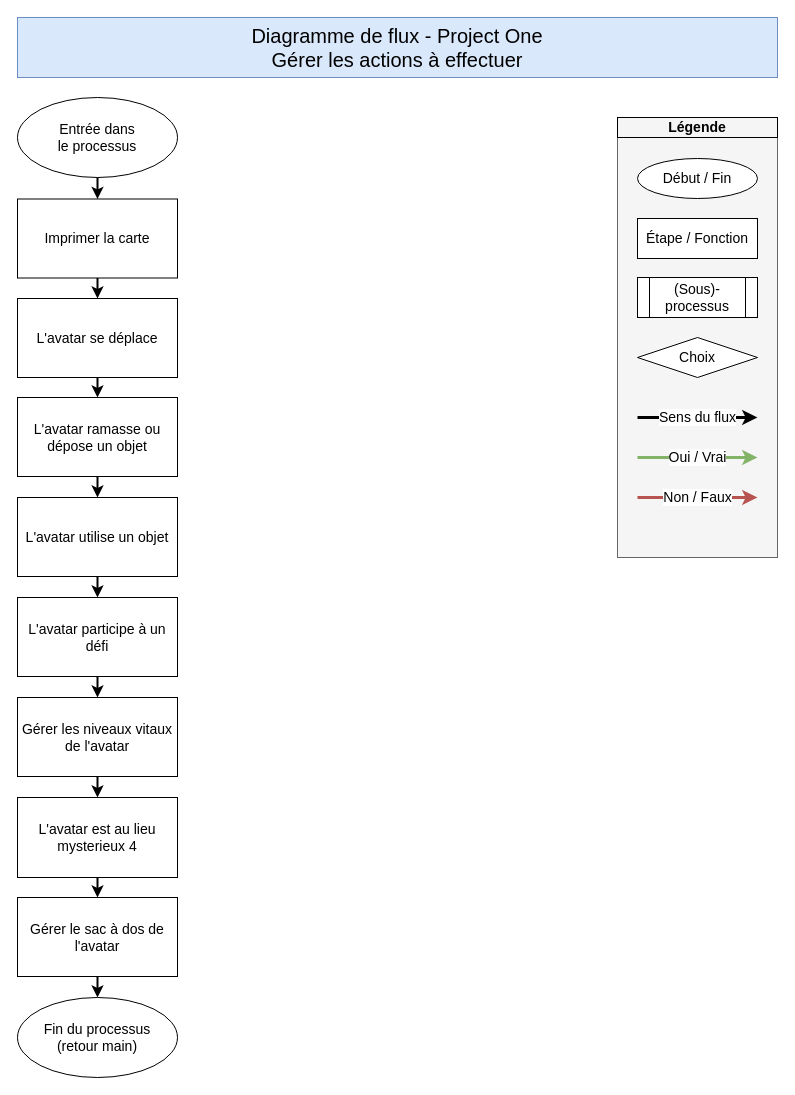
Above: page "game" (3 of 4) of project_one_.drawio in Aurelia61/project_one (draw.io), before the change. Source tidied: cells renumbered, new cells numbered last; positions are measured from the earlier drawing's top-left corner, leaving out a move shared by most shapes. Both pictures are drawn from the tidied source at 100%, with x=0, y=0 at pixel (17, 17).
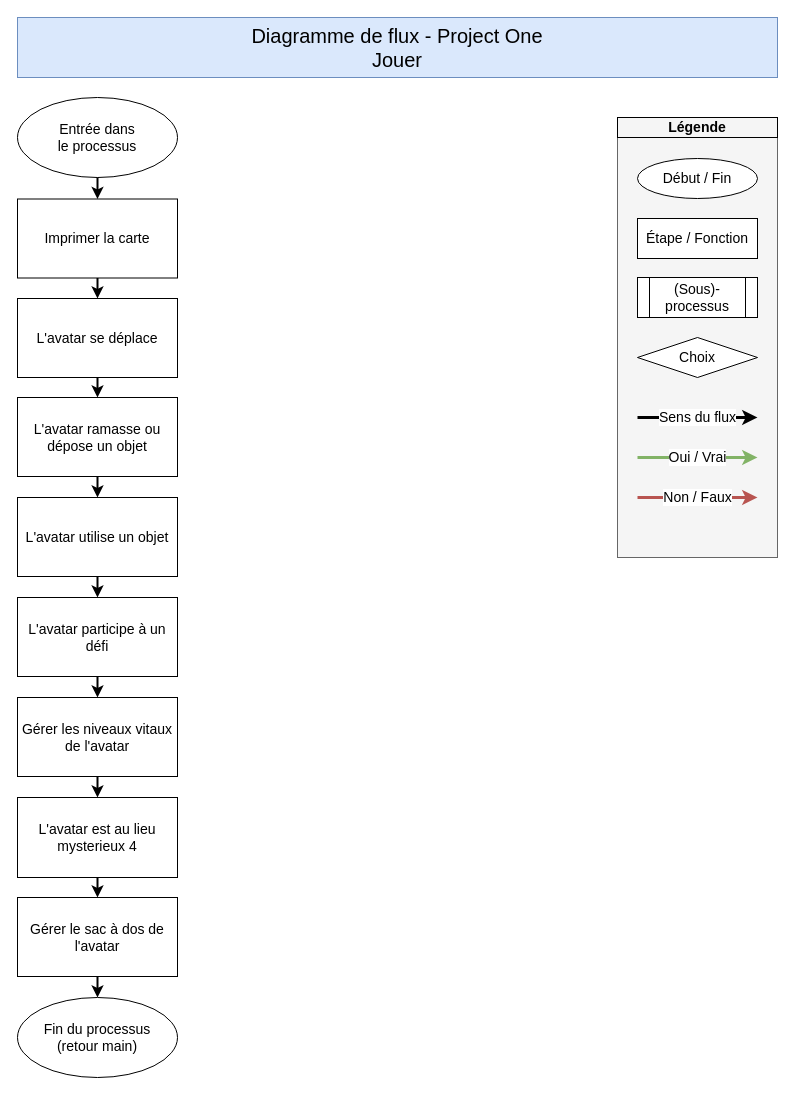
The same page after the edit.

What changed in the source:
```diff
@@
-    <mxCell id="2" value="Diagramme de flux - Project One&lt;br&gt;Gérer les actions à effectuer" style="text;html=1;strokeColor=#6c8ebf;fillColor=#dae8fc;align=center;verticalAlign=middle;whiteSpace=wrap;rounded=0;fontSize=20;" parent="1" vertex="1">
+    <mxCell id="2" value="Diagramme de flux - Project One&lt;br&gt;Jouer" style="text;html=1;strokeColor=#6c8ebf;fillColor=#dae8fc;align=center;verticalAlign=middle;whiteSpace=wrap;rounded=0;fontSize=20;" parent="1" vertex="1">
       <mxGeometry width="760" height="60" as="geometry" />
     </mxCell>
```
